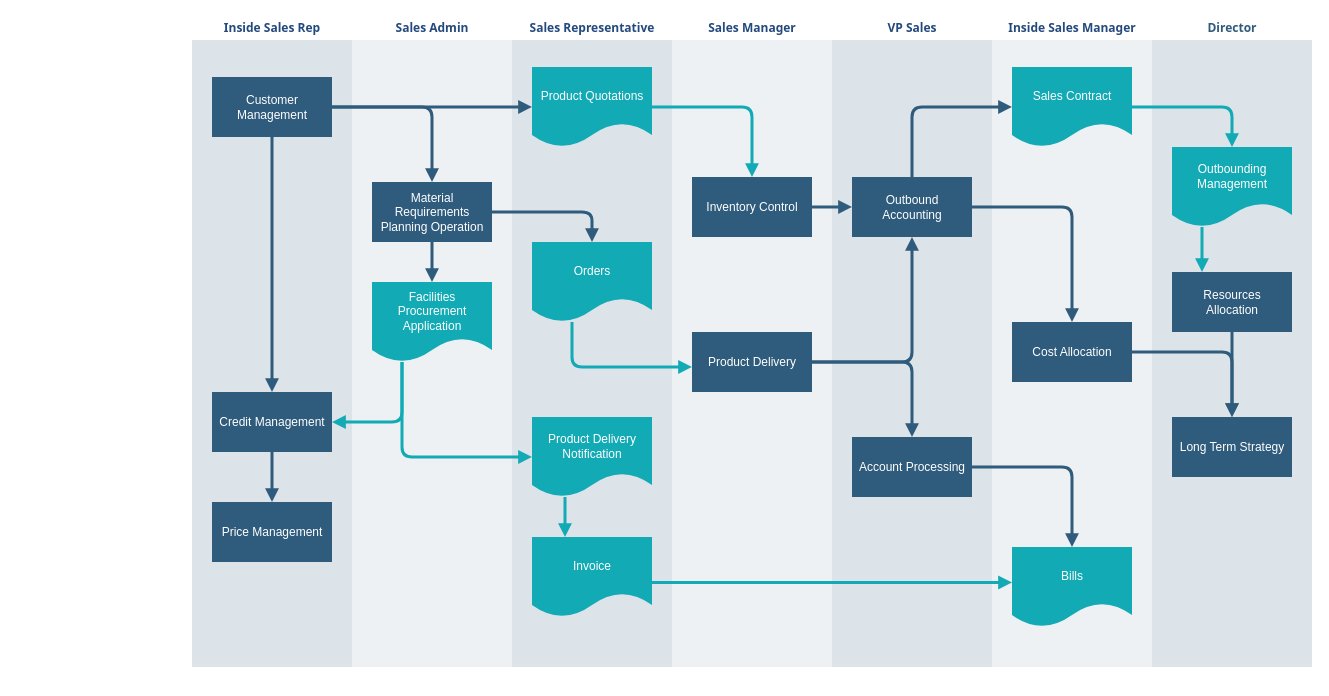
Before: OfferFlow.drawio in sean-rosenberg/drawio-xlrs, a draw.io diagram. Source tidied: cells renumbered, new cells numbered last; positions are measured from the earlier drawing's top-left corner, leaving out a move shared by most shapes. Both pictures are drawn from the tidied source at 100%, with x=0, y=0 at pixel (191, 16).
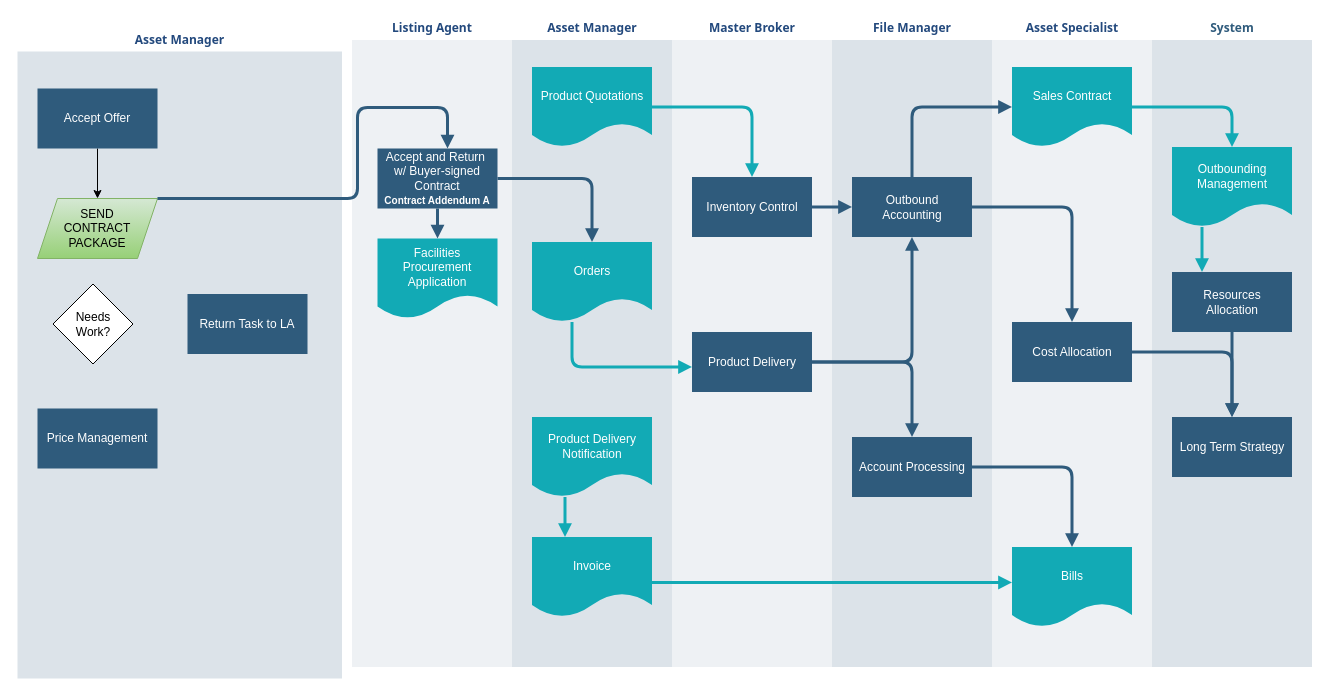
The same page after the edit.

Unchanged cells that the change refers to:
```xml
<mxCell id="20" value="Product Quotations" style="shape=document;whiteSpace=wrap;verticalAlign=middle;strokeColor=none;fillColor=#12aab5;shadow=0;fontColor=#FFFFFF;fontFamily=Helvetica;fontStyle=0;html=1;fontSize=12;spacing=6;spacingBottom=22;" parent="19" vertex="1">
  <mxGeometry x="20" y="50" width="120" height="80" as="geometry" />
</mxCell>
<mxCell id="22" value="Product Delivery Notification" style="shape=document;whiteSpace=wrap;strokeColor=none;fillColor=#12aab5;shadow=0;fontColor=#FFFFFF;fontFamily=Helvetica;fontStyle=0;html=1;fontSize=12;verticalAlign=middle;spacing=6;spacingBottom=22;" parent="19" vertex="1">
  <mxGeometry x="20" y="400" width="120" height="80" as="geometry" />
</mxCell>
```

Change to the diagram source:
```diff
@@
-    <mxCell id="2" value="&lt;font color=&quot;#23497d&quot;&gt;Inside Sales Rep&lt;/font&gt;" style="swimlane;whiteSpace=wrap;fillColor=none;swimlaneFillColor=#BAC8D3;fontColor=#2F5B7C;fontFamily=Tahoma;html=1;strokeColor=none;opacity=50;" parent="1" vertex="1">
-      <mxGeometry x="0.5" y="0.5" width="160" height="650" as="geometry" />
+    <mxCell id="2" value="&lt;font color=&quot;#23497d&quot;&gt;Asset Manager&lt;/font&gt;" style="swimlane;whiteSpace=wrap;fillColor=none;swimlaneFillColor=#BAC8D3;fontColor=#2F5B7C;fontFamily=Tahoma;html=1;strokeColor=none;opacity=50;" parent="1" vertex="1">
+      <mxGeometry x="-174" y="12" width="324.5" height="650" as="geometry" />
     </mxCell>
+    <mxCell id="50" style="edgeStyle=orthogonalEdgeStyle;rounded=0;jettySize=auto;html=1;" parent="2" edge="1" source="3" target="51">
+      <mxGeometry relative="1" as="geometry" />
+    </mxCell>
-    <mxCell id="3" value="Customer Management" style="whiteSpace=wrap;shadow=0;fontColor=#FFFFFF;fontFamily=Helvetica;fontStyle=0;html=1;fontSize=12;plain-purple;strokeColor=none;fillColor=#2f5b7c;gradientColor=none;spacing=6;verticalAlign=middle;" parent="2" vertex="1">
+    <mxCell id="3" value="Accept Offer" style="whiteSpace=wrap;shadow=0;fontColor=#FFFFFF;fontFamily=Helvetica;fontStyle=0;html=1;fontSize=12;plain-purple;strokeColor=none;fillColor=#2f5b7c;gradientColor=none;spacing=6;verticalAlign=middle;" parent="2" vertex="1">
       <mxGeometry x="20" y="60" width="120" height="60" as="geometry" />
     </mxCell>
-    <mxCell id="4" value="Credit Management" style="whiteSpace=wrap;strokeColor=none;fillColor=#2f5b7c;shadow=0;fontColor=#FFFFFF;fontFamily=Helvetica;fontStyle=0;html=1;fontSize=12;spacing=6;verticalAlign=middle;" parent="2" vertex="1">
-      <mxGeometry x="20" y="375" width="120" height="60" as="geometry" />
+    <mxCell id="4" value="Return Task to LA" style="whiteSpace=wrap;strokeColor=none;fillColor=#2f5b7c;shadow=0;fontColor=#FFFFFF;fontFamily=Helvetica;fontStyle=0;html=1;fontSize=12;spacing=6;verticalAlign=middle;" parent="2" vertex="1">
+      <mxGeometry x="170" y="265.5" width="120" height="60" as="geometry" />
     </mxCell>
     <mxCell id="5" value="Price Management" style="whiteSpace=wrap;strokeColor=none;fillColor=#2f5b7c;shadow=0;fontColor=#FFFFFF;fontFamily=Helvetica;fontStyle=0;html=1;fontSize=12;spacing=6;verticalAlign=middle;" parent="2" vertex="1">
-      <mxGeometry x="20" y="485" width="120" height="60" as="geometry" />
+      <mxGeometry x="20" y="380" width="120" height="60" as="geometry" />
     </mxCell>
-    <mxCell id="6" style="edgeStyle=segmentEdgeStyle;strokeColor=#2F5B7C;strokeWidth=3;html=1;endArrow=block;endFill=1;" parent="2" edge="1" source="4" target="5">
-      <mxGeometry relative="1" as="geometry" />
-    </mxCell>
-    <mxCell id="7" style="edgeStyle=segmentEdgeStyle;strokeColor=#2F5B7C;strokeWidth=3;html=1;endArrow=block;endFill=1;" parent="2" edge="1" source="3" target="4">
-      <mxGeometry relative="1" as="geometry" />
-    </mxCell>
+    <mxCell id="51" value="SEND&lt;br&gt;CONTRACT PACKAGE" style="shape=parallelogram;perimeter=parallelogramPerimeter;whiteSpace=wrap;html=1;fixedSize=1;fillColor=#d5e8d4;strokeColor=#82b366;gradientColor=#97d077;" parent="2" vertex="1">
+      <mxGeometry x="20" y="170" width="120" height="60" as="geometry" />
+    </mxCell>
+    <mxCell id="52" value="Needs&lt;br&gt;Work?" style="rhombus;whiteSpace=wrap;html=1;" parent="2" vertex="1">
+      <mxGeometry x="35.5" y="255.5" width="80" height="80" as="geometry" />
+    </mxCell>
-    <mxCell id="8" value="&lt;font color=&quot;#23497d&quot;&gt;Inside Sales Manager&lt;/font&gt;" style="swimlane;whiteSpace=wrap;fillColor=none;swimlaneFillColor=#BAC8D3;fontColor=#2F5B7C;fontFamily=Tahoma;html=1;strokeColor=none;opacity=25;" parent="1" vertex="1">
+    <mxCell id="8" value="&lt;font color=&quot;#23497d&quot;&gt;Asset Specialist&lt;/font&gt;" style="swimlane;whiteSpace=wrap;fillColor=none;swimlaneFillColor=#BAC8D3;fontColor=#2F5B7C;fontFamily=Tahoma;html=1;strokeColor=none;opacity=25;" parent="1" vertex="1">
       <mxGeometry x="800.5" y="0.5" width="160" height="650" as="geometry" />
     </mxCell>
@@
-    <mxCell id="12" value="&lt;font color=&quot;#23497d&quot;&gt;VP Sales&lt;/font&gt;" style="swimlane;whiteSpace=wrap;fillColor=none;swimlaneFillColor=#BAC8D3;fontColor=#2F5B7C;fontFamily=Tahoma;html=1;strokeColor=none;opacity=50;" parent="1" vertex="1">
+    <mxCell id="12" value="&lt;font color=&quot;#23497d&quot;&gt;File Manager&lt;/font&gt;" style="swimlane;whiteSpace=wrap;fillColor=none;swimlaneFillColor=#BAC8D3;fontColor=#2F5B7C;fontFamily=Tahoma;html=1;strokeColor=none;opacity=50;" parent="1" vertex="1">
       <mxGeometry x="640.5" y="0.5" width="160" height="650" as="geometry" />
     </mxCell>
@@
-    <mxCell id="15" value="&lt;font color=&quot;#23497d&quot;&gt;Sales Admin&lt;/font&gt;" style="swimlane;whiteSpace=wrap;fillColor=none;swimlaneFillColor=#BAC8D3;fontColor=#2F5B7C;fontFamily=Tahoma;html=1;strokeColor=none;opacity=25;" parent="1" vertex="1">
+    <mxCell id="15" value="&lt;font color=&quot;#23497d&quot;&gt;Listing Agent&lt;/font&gt;" style="swimlane;whiteSpace=wrap;fillColor=none;swimlaneFillColor=#BAC8D3;fontColor=#2F5B7C;fontFamily=Tahoma;html=1;strokeColor=none;opacity=25;" parent="1" vertex="1">
       <mxGeometry x="160.5" y="0.5" width="160" height="650" as="geometry" />
     </mxCell>
-    <mxCell id="16" value="Material Requirements Planning Operation" style="whiteSpace=wrap;shadow=0;fontColor=#FFFFFF;fontFamily=Helvetica;fontStyle=0;html=1;fontSize=12;plain-purple;strokeColor=none;fillColor=#2f5b7c;gradientColor=none;spacing=6;verticalAlign=middle;" parent="15" vertex="1">
-      <mxGeometry x="20" y="165" width="120" height="60" as="geometry" />
+    <mxCell id="16" value="Accept and Return&amp;nbsp; w/ Buyer-signed Contract&lt;br&gt;&lt;font style=&quot;font-size: 10px;&quot;&gt;&lt;b&gt;Contract Addendum A&lt;/b&gt;&lt;/font&gt;" style="whiteSpace=wrap;shadow=0;fontColor=#FFFFFF;fontFamily=Helvetica;fontStyle=0;html=1;fontSize=12;plain-purple;strokeColor=none;fillColor=#2f5b7c;gradientColor=none;spacing=6;verticalAlign=middle;" parent="15" vertex="1">
+      <mxGeometry x="25.5" y="131.5" width="120" height="60" as="geometry" />
     </mxCell>
     <mxCell id="17" value="&lt;font color=&quot;#ffffff&quot;&gt;Facilities Procurement&lt;br&gt;Application&lt;/font&gt;&lt;br&gt; " style="shape=document;whiteSpace=wrap;verticalAlign=middle;strokeColor=none;fillColor=#12aab5;shadow=0;fontColor=#FFFFFF;fontFamily=Helvetica;fontStyle=0;html=1;fontSize=12;spacing=6;spacingBottom=22;" parent="15" vertex="1">
-      <mxGeometry x="20" y="265" width="120" height="80" as="geometry" />
+      <mxGeometry x="25.5" y="221.5" width="120" height="80" as="geometry" />
     </mxCell>
@@
-    <mxCell id="19" value="&lt;font color=&quot;#23497d&quot;&gt;Sales Representative&lt;/font&gt;" style="swimlane;whiteSpace=wrap;fillColor=none;swimlaneFillColor=#BAC8D3;fontColor=#2F5B7C;fontFamily=Tahoma;html=1;strokeColor=none;opacity=50;" parent="1" vertex="1">
+    <mxCell id="19" value="&lt;font color=&quot;#23497d&quot;&gt;Asset Manager&lt;/font&gt;" style="swimlane;whiteSpace=wrap;fillColor=none;swimlaneFillColor=#BAC8D3;fontColor=#2F5B7C;fontFamily=Tahoma;html=1;strokeColor=none;opacity=50;" parent="1" vertex="1">
       <mxGeometry x="320.5" y="0.5" width="160" height="650" as="geometry" />
     </mxCell>
@@
-    <mxCell id="25" value="&lt;font color=&quot;#23497d&quot;&gt;Sales Manager&lt;/font&gt;" style="swimlane;whiteSpace=wrap;fillColor=none;swimlaneFillColor=#BAC8D3;fontColor=#2F5B7C;fontFamily=Tahoma;html=1;strokeColor=none;opacity=25;" parent="1" vertex="1">
+    <mxCell id="25" value="&lt;font color=&quot;#23497d&quot;&gt;Master Broker&lt;/font&gt;" style="swimlane;whiteSpace=wrap;fillColor=none;swimlaneFillColor=#BAC8D3;fontColor=#2F5B7C;fontFamily=Tahoma;html=1;strokeColor=none;opacity=25;" parent="1" vertex="1">
       <mxGeometry x="480.5" y="0.5" width="160" height="650" as="geometry" />
     </mxCell>
@@
-    <mxCell id="28" value="Director" style="swimlane;whiteSpace=wrap;fillColor=none;swimlaneFillColor=#BAC8D3;fontColor=#2F5B7C;fontFamily=Tahoma;html=1;strokeColor=none;opacity=50;" parent="1" vertex="1">
+    <mxCell id="28" value="System" style="swimlane;whiteSpace=wrap;fillColor=none;swimlaneFillColor=#BAC8D3;fontColor=#2F5B7C;fontFamily=Tahoma;html=1;strokeColor=none;opacity=50;" parent="1" vertex="1">
       <mxGeometry x="960.5" y="0.5" width="160" height="650" as="geometry" />
     </mxCell>
@@
-    <mxCell id="34" style="edgeStyle=segmentEdgeStyle;strokeColor=#2F5B7C;strokeWidth=3;html=1;endArrow=block;endFill=1;" parent="1" edge="1" source="3" target="16">
-      <mxGeometry x="164.5" y="178.5" as="geometry" />
+    <mxCell id="34" style="edgeStyle=segmentEdgeStyle;strokeColor=#2F5B7C;strokeWidth=3;html=1;endArrow=block;endFill=1;" parent="1" edge="1" source="51" target="16">
+      <mxGeometry x="164.5" y="178.5" as="geometry">
+        <Array as="points">
+          <mxPoint x="166" y="182" />
+          <mxPoint x="166" y="91" />
+          <mxPoint x="256" y="91" />
+        </Array>
+      </mxGeometry>
     </mxCell>
-    <mxCell id="35" style="edgeStyle=segmentEdgeStyle;strokeColor=#12AAB5;strokeWidth=3;html=1;endArrow=block;endFill=1;" parent="1" edge="1" source="17" target="4">
-      <mxGeometry x="164.5" y="433.5" as="geometry">
-        <Array as="points">
-          <mxPoint x="210.5" y="405.5" />
-        </Array>
-      </mxGeometry>
-    </mxCell>
-    <mxCell id="36" style="edgeStyle=segmentEdgeStyle;strokeColor=#2F5B7C;strokeWidth=3;html=1;endArrow=block;endFill=1;" parent="1" edge="1" source="3" target="20">
-      <mxGeometry x="164.5" y="178.5" as="geometry" />
-    </mxCell>
-    <mxCell id="37" style="edgeStyle=segmentEdgeStyle;strokeColor=#12AAB5;strokeWidth=3;html=1;endArrow=block;endFill=1;" parent="1" edge="1" source="17" target="22">
-      <mxGeometry x="234.5" y="433.5" as="geometry">
-        <Array as="points">
-          <mxPoint x="210.5" y="440.5" />
-        </Array>
-      </mxGeometry>
-    </mxCell>
```
